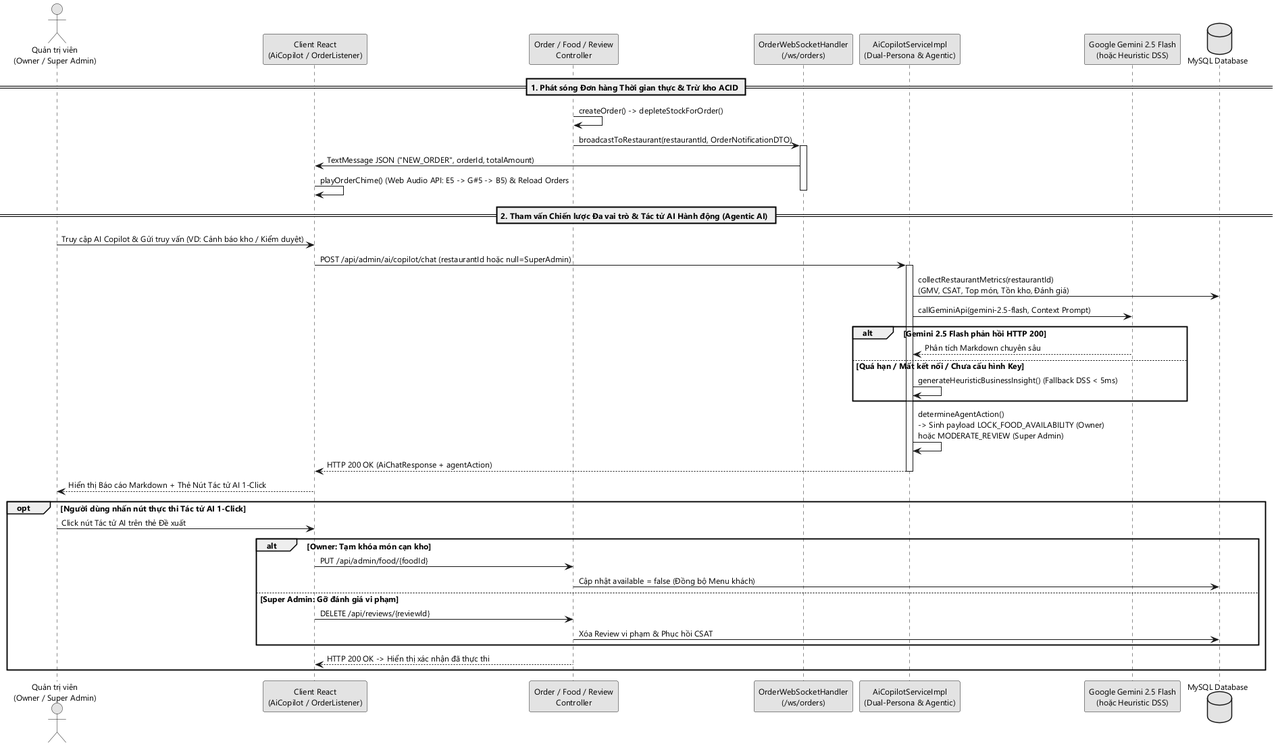
Before: uet-graduation-thesis/figures/fig_sequence_websocket_ai.png, a diagram exported from PlantUML (lequocanh1401/Online-Food-Ordering). Its diagram source:
```plantuml
@startuml
skinparam monochrome true
skinparam shadowing false
skinparam defaultFontName "Segoe UI"
skinparam DefaultFontSize 12

actor "Quản trị viên\n(Owner / Super Admin)" as adminActor
participant "Client React\n(AiCopilot / OrderListener)" as clientUI
participant "Order / Food / Review\nController" as coreCtrl
participant "OrderWebSocketHandler\n(/ws/orders)" as wsHandler
participant "AiCopilotServiceImpl\n(Dual-Persona & Agentic)" as aiSvc
participant "Google Gemini 2.5 Flash\n(hoặc Heuristic DSS)" as gemini
database "MySQL Database" as db

== 1. Phát sóng Đơn hàng Thời gian thực & Trừ kho ACID ==
coreCtrl -> coreCtrl : createOrder() -> depleteStockForOrder()
coreCtrl -> wsHandler : broadcastToRestaurant(restaurantId, OrderNotificationDTO)
activate wsHandler
wsHandler -> clientUI : TextMessage JSON ("NEW_ORDER", orderId, totalAmount)
clientUI -> clientUI : playOrderChime() (Web Audio API: E5 -> G#5 -> B5) & Reload Orders
deactivate wsHandler

== 2. Tham vấn Chiến lược Đa vai trò & Tác tử AI Hành động (Agentic AI) ==
adminActor -> clientUI : Truy cập AI Copilot & Gửi truy vấn (VD: Cảnh báo kho / Kiểm duyệt)
clientUI -> aiSvc : POST /api/admin/ai/copilot/chat (restaurantId hoặc null=SuperAdmin)
activate aiSvc

aiSvc -> db : collectRestaurantMetrics(restaurantId)\n(GMV, CSAT, Top món, Tồn kho, Đánh giá)
aiSvc -> gemini : callGeminiApi(gemini-2.5-flash, Context Prompt)
alt Gemini 2.5 Flash phản hồi HTTP 200
    gemini --> aiSvc : Phân tích Markdown chuyên sâu
else Quá hạn / Mất kết nối / Chưa cấu hình Key
    aiSvc -> aiSvc : generateHeuristicBusinessInsight() (Fallback DSS < 5ms)
end

aiSvc -> aiSvc : determineAgentAction()\n-> Sinh payload LOCK_FOOD_AVAILABILITY (Owner)\nhoặc MODERATE_REVIEW (Super Admin)
aiSvc --> clientUI : HTTP 200 OK (AiChatResponse + agentAction)
deactivate aiSvc

clientUI --> adminActor : Hiển thị Báo cáo Markdown + Thẻ Nút Tác tử AI 1-Click

opt Người dùng nhấn nút thực thi Tác tử AI 1-Click
    adminActor -> clientUI : Click nút Tác tử AI trên thẻ Đề xuất
    alt Owner: Tạm khóa món cạn kho
        clientUI -> coreCtrl : PUT /api/admin/food/{foodId}
        coreCtrl -> db : Cập nhật available = false (Đồng bộ Menu khách)
    else Super Admin: Gỡ đánh giá vi phạm
        clientUI -> coreCtrl : DELETE /api/reviews/{reviewId}
        coreCtrl -> db : Xóa Review vi phạm & Phục hồi CSAT
    end
    coreCtrl --> clientUI : HTTP 200 OK -> Hiển thị xác nhận đã thực thi
end
@enduml
```
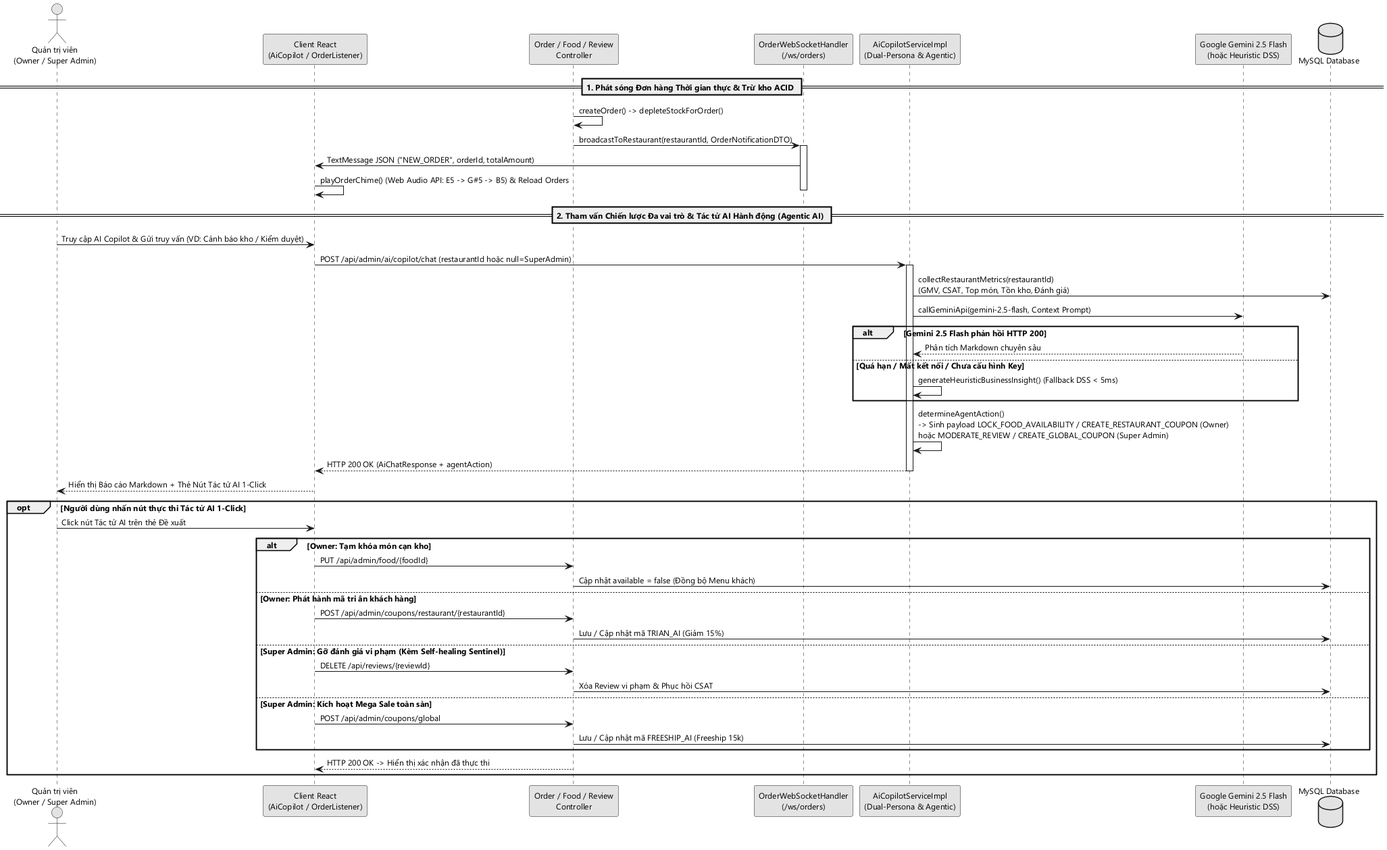
The same file after the commit.

The edit, as a diff of the source:
```diff
@@ -33,7 +33,7 @@
     aiSvc -> aiSvc : generateHeuristicBusinessInsight() (Fallback DSS < 5ms)
 end
 
-aiSvc -> aiSvc : determineAgentAction()\n-> Sinh payload LOCK_FOOD_AVAILABILITY (Owner)\nhoặc MODERATE_REVIEW (Super Admin)
+aiSvc -> aiSvc : determineAgentAction()\n-> Sinh payload LOCK_FOOD_AVAILABILITY / CREATE_RESTAURANT_COUPON (Owner)\nhoặc MODERATE_REVIEW / CREATE_GLOBAL_COUPON (Super Admin)
 aiSvc --> clientUI : HTTP 200 OK (AiChatResponse + agentAction)
 deactivate aiSvc
 
@@ -44,9 +44,15 @@
     alt Owner: Tạm khóa món cạn kho
         clientUI -> coreCtrl : PUT /api/admin/food/{foodId}
         coreCtrl -> db : Cập nhật available = false (Đồng bộ Menu khách)
-    else Super Admin: Gỡ đánh giá vi phạm
+    else Owner: Phát hành mã tri ân khách hàng
+        clientUI -> coreCtrl : POST /api/admin/coupons/restaurant/{restaurantId}
+        coreCtrl -> db : Lưu / Cập nhật mã TRIAN_AI (Giảm 15%)
+    else Super Admin: Gỡ đánh giá vi phạm (Kèm Self-healing Sentinel)
         clientUI -> coreCtrl : DELETE /api/reviews/{reviewId}
         coreCtrl -> db : Xóa Review vi phạm & Phục hồi CSAT
+    else Super Admin: Kích hoạt Mega Sale toàn sàn
+        clientUI -> coreCtrl : POST /api/admin/coupons/global
+        coreCtrl -> db : Lưu / Cập nhật mã FREESHIP_AI (Freeship 15k)
     end
     coreCtrl --> clientUI : HTTP 200 OK -> Hiển thị xác nhận đã thực thi
 end
```
